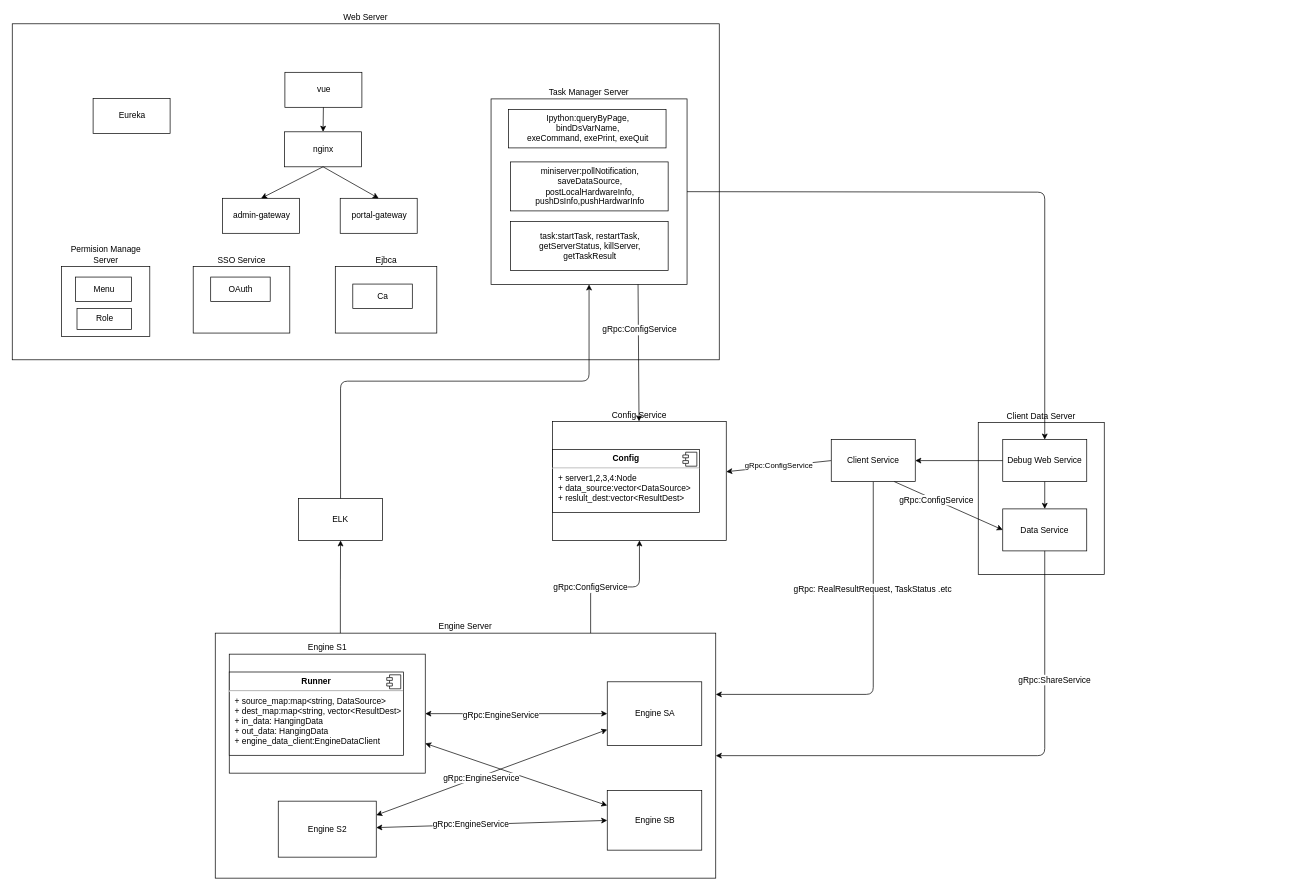
The draw.io diagram privpy.drawio in yankaili2006/wiki, before the edit. Source tidied: cells renumbered, new cells numbered last; positions are measured from the earlier drawing's top-left corner, leaving out a move shared by most shapes. Both pictures are drawn from the tidied source at 70%, with x=0, y=0 at pixel (12, 24).
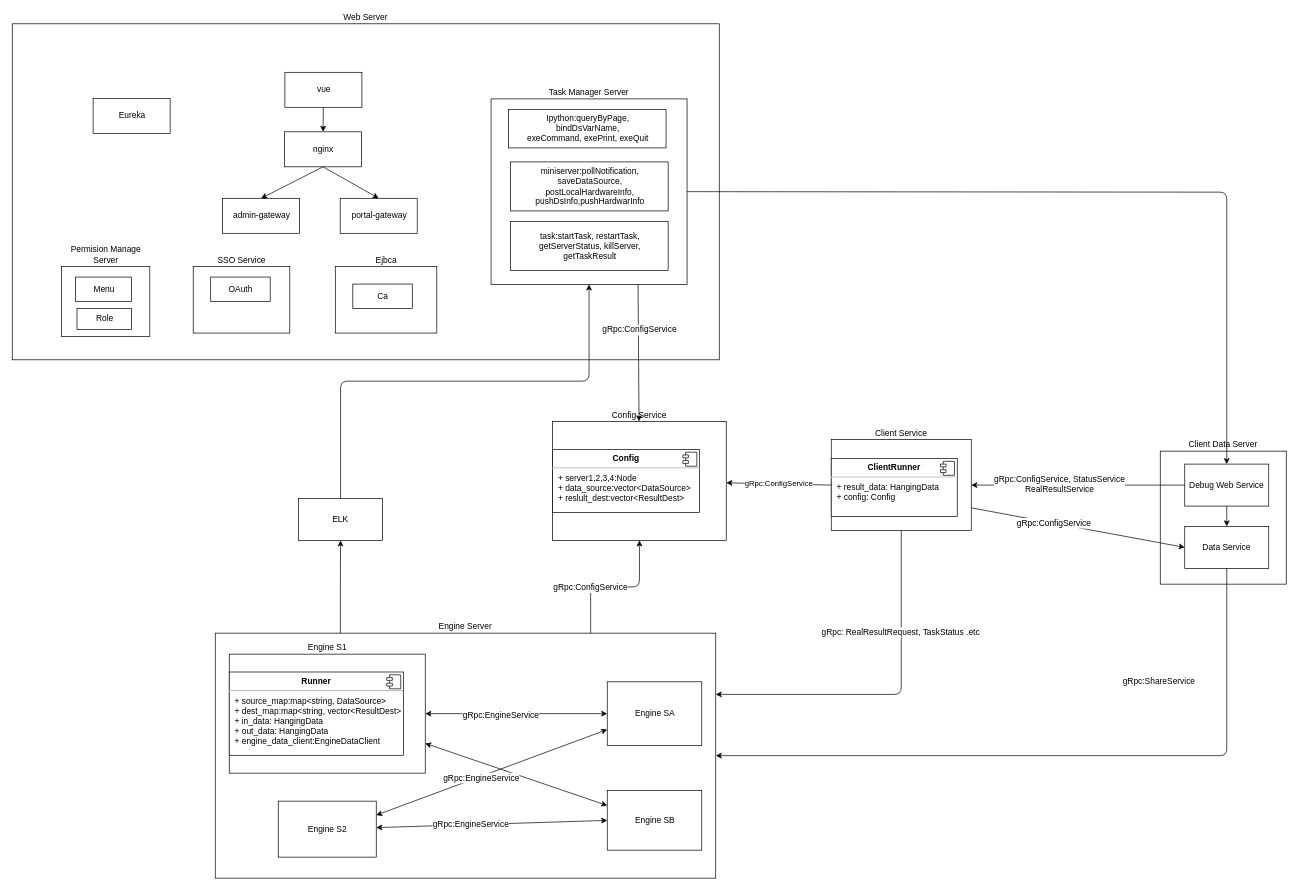
Above is the later version.

The change refers to these unchanged cells:
```xml
<mxCell id="22" value="Engine Server" style="whiteSpace=wrap;html=1;align=center;labelPosition=center;verticalLabelPosition=top;verticalAlign=bottom;" parent="1" vertex="1">
  <mxGeometry x="290" y="870" width="715" height="350" as="geometry" />
</mxCell>
<mxCell id="57" style="endArrow=classic;html=1;exitX=0;exitY=0.5;exitDx=0;exitDy=0;entryX=1;entryY=0.5;entryDx=0;entryDy=0;" parent="1" edge="1" source="40" target="56">
  <mxGeometry relative="1" as="geometry" />
</mxCell>
```

The edit, as a diff of the source:
```diff
@@
     <mxCell id="39" value="Client Data Server" style="whiteSpace=wrap;html=1;align=center;labelPosition=center;verticalLabelPosition=top;verticalAlign=bottom;" parent="1" vertex="1">
-      <mxGeometry x="1380" y="569" width="180" height="217" as="geometry" />
+      <mxGeometry x="1640" y="610" width="180" height="190" as="geometry" />
     </mxCell>
     <mxCell id="40" value="Debug Web Service" style="whiteSpace=wrap;html=1;align=center;" parent="39" vertex="1">
-      <mxGeometry x="35" y="24.5" width="120" height="60" as="geometry" />
+      <mxGeometry x="35" y="18.5" width="120" height="60" as="geometry" />
     </mxCell>
     <mxCell id="41" value="Data Service" style="whiteSpace=wrap;html=1;align=center;labelPosition=center;verticalLabelPosition=middle;verticalAlign=middle;" parent="39" vertex="1">
-      <mxGeometry x="35" y="123.5" width="120" height="60" as="geometry" />
+      <mxGeometry x="35" y="107.5" width="120" height="60" as="geometry" />
     </mxCell>
@@
     <mxCell id="44" style="edgeStyle=elbowEdgeStyle;elbow=horizontal;endArrow=classic;html=1;exitX=0.5;exitY=1;exitDx=0;exitDy=0;entryX=1;entryY=0.5;entryDx=0;entryDy=0;" parent="1" edge="1" source="41" target="22">
       <mxGeometry relative="1" as="geometry">
         <Array as="points">
-          <mxPoint x="1475" y="890" />
+          <mxPoint x="1735" y="890" />
         </Array>
       </mxGeometry>
     </mxCell>
@@
     <mxCell id="52" style="edgeStyle=elbowEdgeStyle;elbow=horizontal;endArrow=classic;html=1;entryX=1;entryY=0.25;entryDx=0;entryDy=0;exitX=0.5;exitY=1;exitDx=0;exitDy=0;" parent="1" edge="1" source="56" target="22">
       <mxGeometry relative="1" as="geometry">
         <Array as="points">
-          <mxPoint x="1230" y="810" />
+          <mxPoint x="1270" y="840" />
         </Array>
       </mxGeometry>
     </mxCell>
@@
-    <mxCell id="56" value="Client Service" style="whiteSpace=wrap;html=1;align=center;labelPosition=center;verticalLabelPosition=middle;verticalAlign=middle;" parent="1" vertex="1">
-      <mxGeometry x="1170" y="593.5" width="120" height="60" as="geometry" />
+    <mxCell id="56" value="Client Service" style="whiteSpace=wrap;html=1;align=center;labelPosition=center;verticalLabelPosition=top;verticalAlign=bottom;" parent="1" vertex="1">
+      <mxGeometry x="1170" y="593.5" width="200" height="130" as="geometry" />
     </mxCell>
+    <mxCell id="60" value="&lt;p style=&quot;margin: 0px ; margin-top: 6px ; text-align: center&quot;&gt;&lt;b&gt;ClientRunner&lt;/b&gt;&lt;/p&gt;&lt;hr&gt;&lt;p style=&quot;margin: 0px ; margin-left: 8px&quot;&gt;+ result_data: HangingData&amp;nbsp;&lt;br&gt;+ config: Config&lt;br&gt;&lt;/p&gt;" style="align=left;overflow=fill;html=1;" parent="56" vertex="1">
+      <mxGeometry y="27" width="180" height="83" as="geometry" />
+    </mxCell>
+    <mxCell id="61" style="shape=component;jettyWidth=8;jettyHeight=4;" parent="60" vertex="1">
+      <mxGeometry x="1" width="20" height="20" relative="1" as="geometry">
+        <mxPoint x="-24" y="4" as="offset" />
+      </mxGeometry>
+    </mxCell>
@@
+    <mxCell id="62" value="gRpc:ConfigService, StatusService&lt;br&gt;RealResultService&lt;br&gt;" style="text;html=1;align=center;verticalAlign=middle;labelBackgroundColor=#ffffff;" parent="57" vertex="1">
+      <mxGeometry x="0.18" y="-2" relative="1" as="geometry" />
+    </mxCell>
-    <mxCell id="58" style="endArrow=classic;html=1;exitX=0.75;exitY=1;exitDx=0;exitDy=0;entryX=0;entryY=0.5;entryDx=0;entryDy=0;" parent="1" edge="1" source="56" target="41">
+    <mxCell id="58" style="endArrow=classic;html=1;exitX=1;exitY=0.75;exitDx=0;exitDy=0;entryX=0;entryY=0.5;entryDx=0;entryDy=0;" parent="1" edge="1" source="56" target="41">
       <mxGeometry relative="1" as="geometry" />
     </mxCell>
```
